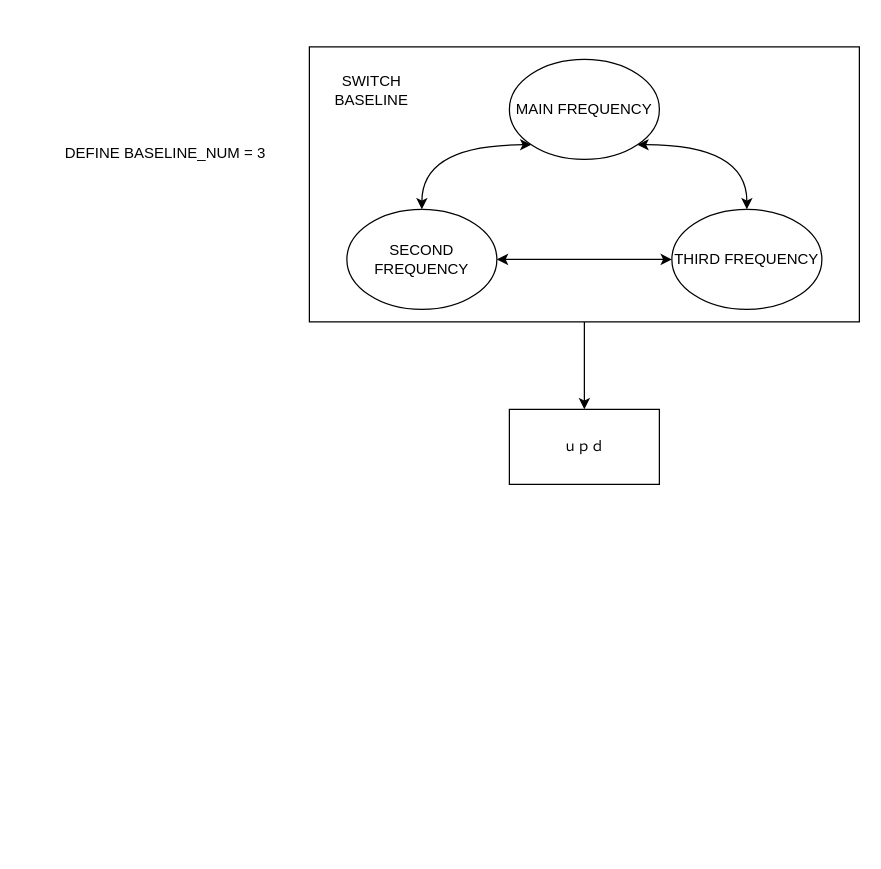
Before: page "第 5 页" (5 of 5) of baseline.drawio in kritoZhang/flowchart, a draw.io diagram. Source tidied: cells renumbered, new cells numbered last; positions are measured from the earlier drawing's top-left corner, leaving out a move shared by most shapes. Both pictures are drawn from the tidied source at 125%, with x=0, y=0 at pixel (59, 46).
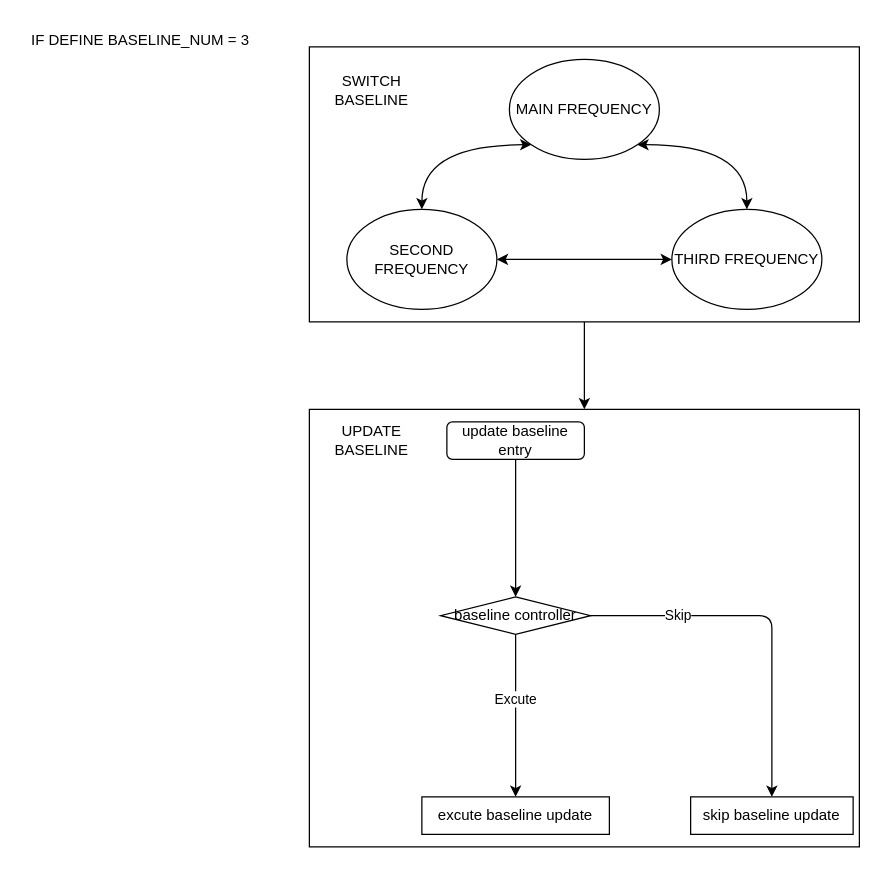
After the change.

Unchanged cells that the change refers to:
```xml
<mxCell id="3" style="rounded=0;whiteSpace=wrap;html=1;" parent="1" vertex="1">
  <mxGeometry x="200" width="440" height="220" as="geometry" />
</mxCell>
```

Diff of the diagram source:
```diff
@@
+    <mxCell id="13" style="rounded=0;whiteSpace=wrap;html=1;" parent="1" vertex="1">
+      <mxGeometry x="200" y="290" width="440" height="350" as="geometry" />
+    </mxCell>
-    <mxCell id="2" style="edgeStyle=orthogonalEdgeStyle;curved=1;rounded=0;jettySize=auto;html=1;" parent="1" edge="1" source="3" target="11">
-      <mxGeometry relative="1" as="geometry" />
+    <mxCell id="2" style="edgeStyle=orthogonalEdgeStyle;curved=1;rounded=0;jettySize=auto;html=1;" parent="1" edge="1" source="3">
+      <mxGeometry relative="1" as="geometry">
+        <mxPoint x="420" y="290" as="targetPoint" />
+      </mxGeometry>
     </mxCell>
@@
-    <mxCell id="11" value="&lt;font style=&quot;font-size: 11px;&quot;&gt;ｕｐｄ&lt;/font&gt;" style="whiteSpace=wrap;html=1;rounded=0;" parent="1" vertex="1">
-      <mxGeometry x="360" y="290" width="120" height="60" as="geometry" />
-    </mxCell>
-    <mxCell id="12" value="DEFINE BASELINE_NUM = 3" style="text;html=1;align=center;verticalAlign=middle;whiteSpace=wrap;rounded=0;" parent="1" vertex="1">
-      <mxGeometry y="70" width="170" height="30" as="geometry" />
+    <mxCell id="12" value="IF DEFINE BASELINE_NUM = 3" style="text;html=1;align=center;verticalAlign=middle;whiteSpace=wrap;rounded=0;" parent="1" vertex="1">
+      <mxGeometry x="-30" y="-20" width="190" height="30" as="geometry" />
     </mxCell>
+    <mxCell id="14" style="edgeStyle=none;html=1;" parent="1" edge="1" source="15" target="20">
+      <mxGeometry relative="1" as="geometry" />
+    </mxCell>
+    <mxCell id="15" value="update baseline entry" style="rounded=1;whiteSpace=wrap;html=1;" parent="1" vertex="1">
+      <mxGeometry x="310" y="300" width="110" height="30" as="geometry" />
+    </mxCell>
+    <mxCell id="16" style="edgeStyle=none;html=1;" parent="1" edge="1" source="20" target="21">
+      <mxGeometry relative="1" as="geometry" />
+    </mxCell>
+    <mxCell id="17" value="Excute" style="edgeLabel;html=1;align=center;verticalAlign=middle;" parent="16" vertex="1">
+      <mxGeometry x="-0.42" width="60" height="30" relative="1" as="geometry">
+        <mxPoint x="-30" y="-1" as="offset" />
+      </mxGeometry>
+    </mxCell>
+    <mxCell id="18" style="edgeStyle=none;html=1;exitX=1;exitY=0.5;exitDx=0;exitDy=0;" parent="1" edge="1" source="20" target="22">
+      <mxGeometry relative="1" as="geometry">
+        <Array as="points">
+          <mxPoint x="570" y="455" />
+        </Array>
+      </mxGeometry>
+    </mxCell>
+    <mxCell id="19" value="Skip" style="edgeLabel;html=1;align=center;verticalAlign=middle;" parent="18" vertex="1">
+      <mxGeometry x="-0.47" width="40" height="30" relative="1" as="geometry">
+        <mxPoint x="-27" y="-15" as="offset" />
+      </mxGeometry>
+    </mxCell>
+    <mxCell id="20" value="baseline controller" style="rhombus;whiteSpace=wrap;html=1;rounded=0;" parent="1" vertex="1">
+      <mxGeometry x="305" y="440" width="120" height="30" as="geometry" />
+    </mxCell>
+    <mxCell id="21" value="excute baseline update" style="whiteSpace=wrap;html=1;rounded=0;" parent="1" vertex="1">
+      <mxGeometry x="290" y="600" width="150" height="30" as="geometry" />
+    </mxCell>
+    <mxCell id="22" value="skip baseline update" style="whiteSpace=wrap;html=1;rounded=0;" parent="1" vertex="1">
+      <mxGeometry x="505" y="600" width="130" height="30" as="geometry" />
+    </mxCell>
+    <mxCell id="23" value="UPDATE&lt;div&gt;BASELINE&lt;/div&gt;" style="text;html=1;align=center;verticalAlign=middle;whiteSpace=wrap;rounded=0;" parent="1" vertex="1">
+      <mxGeometry x="220" y="300" width="60" height="30" as="geometry" />
+    </mxCell>
```
